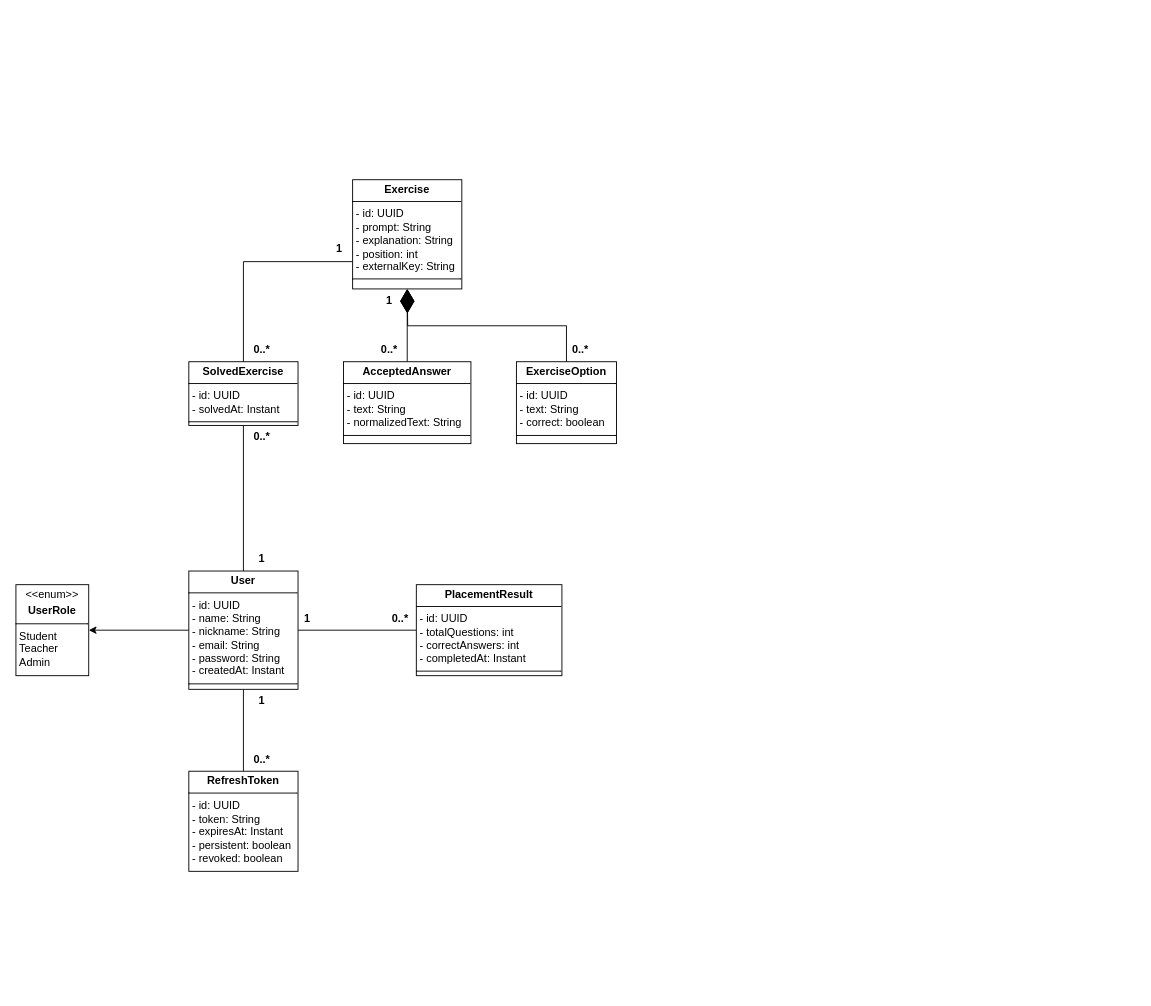
This is page "Classes" (1 of 2) of docs/diagrams/drawio/StudyEnglish Diagrams.drawio from anufrievalex2006/StudyEnglish, a draw.io file, before an edit. Source tidied: cells renumbered, new cells numbered last; positions are measured from the earlier drawing's top-left corner, leaving out a move shared by most shapes. Both pictures are drawn from the tidied source at 91%, with x=0, y=0 at pixel (15, 179).
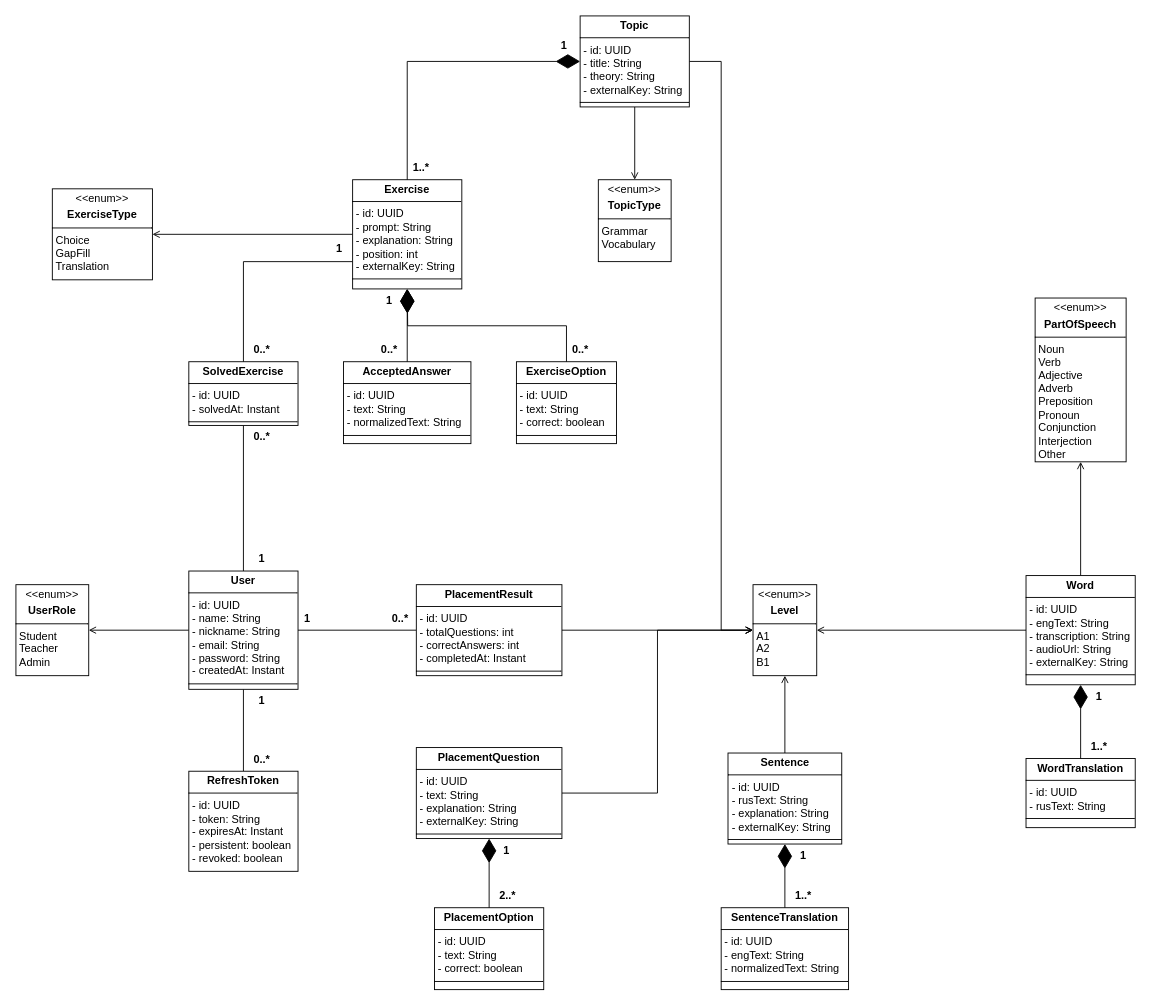
Above is the later version.

Commit message (it also covers changes not shown here):
Перерисовка диаграммы классов в draw.io + правки в юзкейсах

Unchanged cells that the change refers to:
```xml
<mxCell id="6" value="&lt;p style=&quot;margin:0px;margin-top:4px;text-align:center;&quot;&gt;&lt;b&gt;User&lt;/b&gt;&lt;/p&gt;&lt;hr size=&quot;1&quot; style=&quot;border-style:solid;&quot;&gt;&lt;p style=&quot;margin:0px;margin-left:4px;&quot;&gt;- id: UUID&lt;/p&gt;&lt;p style=&quot;margin:0px;margin-left:4px;&quot;&gt;- name: String&lt;/p&gt;&lt;p style=&quot;margin:0px;margin-left:4px;&quot;&gt;- nickname: String&lt;/p&gt;&lt;p style=&quot;margin:0px;margin-left:4px;&quot;&gt;- email: String&lt;/p&gt;&lt;p style=&quot;margin:0px;margin-left:4px;&quot;&gt;- password: String&lt;/p&gt;&lt;p style=&quot;margin:0px;margin-left:4px;&quot;&gt;- createdAt: Instant&lt;/p&gt;&lt;hr size=&quot;1&quot; style=&quot;border-style:solid;&quot;&gt;&lt;p style=&quot;margin:0px;margin-left:4px;&quot;&gt;&lt;br&gt;&lt;/p&gt;" style="verticalAlign=top;align=left;overflow=fill;html=1;whiteSpace=wrap;" parent="1" vertex="1">
  <mxGeometry x="190" y="430" width="120" height="130" as="geometry" />
</mxCell>
<mxCell id="7" value="&lt;p style=&quot;margin:0px;margin-top:4px;text-align:center;&quot;&gt;&amp;lt;&amp;lt;enum&amp;gt;&amp;gt;&lt;/p&gt;&lt;p style=&quot;margin:0px;margin-top:4px;text-align:center;&quot;&gt;&lt;b&gt;UserRole&lt;/b&gt;&lt;/p&gt;&lt;hr size=&quot;1&quot; style=&quot;border-style:solid;&quot;&gt;&lt;p style=&quot;margin:0px;margin-left:4px;&quot;&gt;Student&lt;/p&gt;&lt;p style=&quot;margin:0px;margin-left:4px;&quot;&gt;Teacher&lt;/p&gt;&lt;p style=&quot;margin:0px;margin-left:4px;&quot;&gt;Admin&lt;/p&gt;" style="verticalAlign=top;align=left;overflow=fill;html=1;whiteSpace=wrap;" parent="1" vertex="1">
  <mxGeometry y="445" width="80" height="100" as="geometry" />
</mxCell>
<mxCell id="11" value="&lt;p style=&quot;margin:0px;margin-top:4px;text-align:center;&quot;&gt;&lt;b&gt;PlacementResult&lt;/b&gt;&lt;/p&gt;&lt;hr size=&quot;1&quot; style=&quot;border-style:solid;&quot;&gt;&lt;p style=&quot;margin:0px;margin-left:4px;&quot;&gt;- id: UUID&lt;/p&gt;&lt;p style=&quot;margin:0px;margin-left:4px;&quot;&gt;- totalQuestions: int&lt;/p&gt;&lt;p style=&quot;margin:0px;margin-left:4px;&quot;&gt;- correctAnswers: int&lt;/p&gt;&lt;p style=&quot;margin:0px;margin-left:4px;&quot;&gt;- completedAt: Instant&lt;/p&gt;&lt;hr size=&quot;1&quot; style=&quot;border-style:solid;&quot;&gt;&lt;p style=&quot;margin:0px;margin-left:4px;&quot;&gt;&lt;br&gt;&lt;/p&gt;" style="verticalAlign=top;align=left;overflow=fill;html=1;whiteSpace=wrap;" parent="1" vertex="1">
  <mxGeometry x="440" y="445" width="160" height="100" as="geometry" />
</mxCell>
<mxCell id="18" value="&lt;p style=&quot;margin:0px;margin-top:4px;text-align:center;&quot;&gt;&lt;b&gt;Exercise&lt;/b&gt;&lt;/p&gt;&lt;hr size=&quot;1&quot; style=&quot;border-style:solid;&quot;&gt;&lt;p style=&quot;margin:0px;margin-left:4px;&quot;&gt;- id: UUID&lt;/p&gt;&lt;p style=&quot;margin:0px;margin-left:4px;&quot;&gt;- prompt: String&lt;/p&gt;&lt;p style=&quot;margin:0px;margin-left:4px;&quot;&gt;- explanation: String&lt;/p&gt;&lt;p style=&quot;margin:0px;margin-left:4px;&quot;&gt;- position: int&lt;/p&gt;&lt;p style=&quot;margin:0px;margin-left:4px;&quot;&gt;- externalKey: String&lt;/p&gt;&lt;hr size=&quot;1&quot; style=&quot;border-style:solid;&quot;&gt;&lt;p style=&quot;margin:0px;margin-left:4px;&quot;&gt;&lt;br&gt;&lt;/p&gt;" style="verticalAlign=top;align=left;overflow=fill;html=1;whiteSpace=wrap;" parent="1" vertex="1">
  <mxGeometry x="370" width="120" height="120" as="geometry" />
</mxCell>
```

Change to the diagram source:
```diff
@@
-    <mxCell id="2" style="edgeStyle=orthogonalEdgeStyle;rounded=0;jettySize=auto;html=1;entryX=1;entryY=0.5;entryDx=0;entryDy=0;defaultLabelBackgroundColor=page;" parent="1" edge="1" source="6" target="7">
+    <mxCell id="2" style="edgeStyle=orthogonalEdgeStyle;rounded=0;jettySize=auto;html=1;entryX=1;entryY=0.5;entryDx=0;entryDy=0;defaultLabelBackgroundColor=page;endArrow=open;endFill=0;" parent="1" edge="1" source="6" target="7">
       <mxGeometry relative="1" as="geometry" />
     </mxCell>
@@
+    <mxCell id="28" style="edgeStyle=orthogonalEdgeStyle;rounded=0;jettySize=auto;html=1;entryX=0;entryY=0.5;entryDx=0;entryDy=0;defaultLabelBackgroundColor=page;endArrow=open;endFill=0;" parent="1" edge="1" source="11" target="44">
+      <mxGeometry relative="1" as="geometry" />
+    </mxCell>
@@
+    <mxCell id="29" style="edgeStyle=orthogonalEdgeStyle;rounded=0;jettySize=auto;html=1;entryX=1;entryY=0.5;entryDx=0;entryDy=0;defaultLabelBackgroundColor=page;endArrow=open;endFill=0;" parent="1" edge="1" source="18" target="30">
+      <mxGeometry relative="1" as="geometry" />
+    </mxCell>
@@
+    <mxCell id="30" value="&lt;p style=&quot;margin:0px;margin-top:4px;text-align:center;&quot;&gt;&amp;lt;&amp;lt;enum&amp;gt;&amp;gt;&lt;/p&gt;&lt;p style=&quot;margin:0px;margin-top:4px;text-align:center;&quot;&gt;&lt;b&gt;ExerciseType&lt;/b&gt;&lt;/p&gt;&lt;hr size=&quot;1&quot; style=&quot;border-style:solid;&quot;&gt;&lt;p style=&quot;margin:0px;margin-left:4px;&quot;&gt;Choice&lt;/p&gt;&lt;p style=&quot;margin:0px;margin-left:4px;&quot;&gt;GapFill&lt;/p&gt;&lt;p style=&quot;margin:0px;margin-left:4px;&quot;&gt;Translation&lt;/p&gt;" style="verticalAlign=top;align=left;overflow=fill;html=1;whiteSpace=wrap;" parent="1" vertex="1">
+      <mxGeometry x="40" y="10" width="110" height="100" as="geometry" />
+    </mxCell>
+    <mxCell id="31" style="edgeStyle=orthogonalEdgeStyle;rounded=0;jettySize=auto;html=1;entryX=0.5;entryY=0;entryDx=0;entryDy=0;defaultLabelBackgroundColor=page;endArrow=open;endFill=0;" parent="1" edge="1" source="33" target="37">
+      <mxGeometry relative="1" as="geometry" />
+    </mxCell>
+    <mxCell id="32" style="edgeStyle=orthogonalEdgeStyle;rounded=0;jettySize=auto;html=1;entryX=0;entryY=0.5;entryDx=0;entryDy=0;defaultLabelBackgroundColor=page;endArrow=open;endFill=0;" parent="1" edge="1" source="33" target="44">
+      <mxGeometry relative="1" as="geometry" />
+    </mxCell>
+    <mxCell id="33" value="&lt;p style=&quot;margin:0px;margin-top:4px;text-align:center;&quot;&gt;&lt;b&gt;Topic&lt;/b&gt;&lt;/p&gt;&lt;hr size=&quot;1&quot; style=&quot;border-style:solid;&quot;&gt;&lt;p style=&quot;margin:0px;margin-left:4px;&quot;&gt;- id: UUID&lt;/p&gt;&lt;p style=&quot;margin:0px;margin-left:4px;&quot;&gt;- title: String&lt;/p&gt;&lt;p style=&quot;margin:0px;margin-left:4px;&quot;&gt;- theory: String&lt;/p&gt;&lt;p style=&quot;margin:0px;margin-left:4px;&quot;&gt;- externalKey: String&lt;/p&gt;&lt;hr size=&quot;1&quot; style=&quot;border-style:solid;&quot;&gt;&lt;p style=&quot;margin:0px;margin-left:4px;&quot;&gt;&lt;br&gt;&lt;/p&gt;" style="verticalAlign=top;align=left;overflow=fill;html=1;whiteSpace=wrap;" parent="1" vertex="1">
+      <mxGeometry x="620" y="-180" width="120" height="100" as="geometry" />
+    </mxCell>
+    <mxCell id="34" style="endArrow=diamondThin;endFill=1;endSize=24;html=1;rounded=0;defaultLabelBackgroundColor=page;edgeStyle=orthogonalEdgeStyle;entryX=0;entryY=0.5;entryDx=0;entryDy=0;exitX=0.5;exitY=0;exitDx=0;exitDy=0;" parent="1" edge="1" source="18" target="33">
+      <mxGeometry relative="1" as="geometry" />
+    </mxCell>
+    <mxCell id="35" value="1" style="text;align=center;fontStyle=1;verticalAlign=middle;spacingLeft=3;spacingRight=3;strokeColor=none;html=1;" parent="1" vertex="1">
+      <mxGeometry x="562" y="-160" width="80" height="26" as="geometry" />
+    </mxCell>
+    <mxCell id="36" value="1..*" style="text;align=center;fontStyle=1;verticalAlign=middle;spacingLeft=3;spacingRight=3;strokeColor=none;html=1;" parent="1" vertex="1">
+      <mxGeometry x="405" y="-26" width="80" height="26" as="geometry" />
+    </mxCell>
+    <mxCell id="37" value="&lt;p style=&quot;margin:0px;margin-top:4px;text-align:center;&quot;&gt;&amp;lt;&amp;lt;enum&amp;gt;&amp;gt;&lt;/p&gt;&lt;p style=&quot;margin:0px;margin-top:4px;text-align:center;&quot;&gt;&lt;b&gt;TopicType&lt;/b&gt;&lt;/p&gt;&lt;hr size=&quot;1&quot; style=&quot;border-style:solid;&quot;&gt;&lt;p style=&quot;margin:0px;margin-left:4px;&quot;&gt;Grammar&lt;/p&gt;&lt;p style=&quot;margin:0px;margin-left:4px;&quot;&gt;Vocabulary&lt;/p&gt;" style="verticalAlign=top;align=left;overflow=fill;html=1;whiteSpace=wrap;" parent="1" vertex="1">
+      <mxGeometry x="640" width="80" height="90" as="geometry" />
+    </mxCell>
+    <mxCell id="38" style="edgeStyle=orthogonalEdgeStyle;rounded=0;jettySize=auto;html=1;entryX=0;entryY=0.5;entryDx=0;entryDy=0;defaultLabelBackgroundColor=page;endArrow=open;endFill=0;" parent="1" edge="1" source="39" target="44">
+      <mxGeometry relative="1" as="geometry" />
+    </mxCell>
+    <mxCell id="39" value="&lt;p style=&quot;margin:0px;margin-top:4px;text-align:center;&quot;&gt;&lt;b&gt;PlacementQuestion&lt;/b&gt;&lt;/p&gt;&lt;hr size=&quot;1&quot; style=&quot;border-style:solid;&quot;&gt;&lt;p style=&quot;margin:0px;margin-left:4px;&quot;&gt;- id: UUID&lt;/p&gt;&lt;p style=&quot;margin:0px;margin-left:4px;&quot;&gt;- text: String&lt;br&gt;&lt;/p&gt;&lt;p style=&quot;margin:0px;margin-left:4px;&quot;&gt;- explanation: String&lt;/p&gt;&lt;p style=&quot;margin:0px;margin-left:4px;&quot;&gt;- externalKey: String&lt;/p&gt;&lt;hr size=&quot;1&quot; style=&quot;border-style:solid;&quot;&gt;&lt;p style=&quot;margin:0px;margin-left:4px;&quot;&gt;&lt;br&gt;&lt;/p&gt;" style="verticalAlign=top;align=left;overflow=fill;html=1;whiteSpace=wrap;" parent="1" vertex="1">
+      <mxGeometry x="440" y="624" width="160" height="100" as="geometry" />
+    </mxCell>
+    <mxCell id="40" value="&lt;p style=&quot;margin:0px;margin-top:4px;text-align:center;&quot;&gt;&lt;b&gt;PlacementOption&lt;/b&gt;&lt;/p&gt;&lt;hr size=&quot;1&quot; style=&quot;border-style:solid;&quot;&gt;&lt;p style=&quot;margin:0px;margin-left:4px;&quot;&gt;- id: UUID&lt;/p&gt;&lt;p style=&quot;margin:0px;margin-left:4px;&quot;&gt;- text: String&lt;br&gt;&lt;/p&gt;&lt;p style=&quot;margin:0px;margin-left:4px;&quot;&gt;- correct: boolean&lt;br&gt;&lt;/p&gt;&lt;hr size=&quot;1&quot; style=&quot;border-style:solid;&quot;&gt;&lt;p style=&quot;margin:0px;margin-left:4px;&quot;&gt;&lt;br&gt;&lt;/p&gt;" style="verticalAlign=top;align=left;overflow=fill;html=1;whiteSpace=wrap;" parent="1" vertex="1">
+      <mxGeometry x="460" y="800" width="120" height="90" as="geometry" />
+    </mxCell>
+    <mxCell id="41" style="endArrow=diamondThin;endFill=1;endSize=24;html=1;rounded=0;defaultLabelBackgroundColor=page;edgeStyle=orthogonalEdgeStyle;entryX=0.5;entryY=1;entryDx=0;entryDy=0;exitX=0.5;exitY=0;exitDx=0;exitDy=0;" parent="1" edge="1" source="40" target="39">
+      <mxGeometry relative="1" as="geometry" />
+    </mxCell>
+    <mxCell id="42" value="1" style="text;align=center;fontStyle=1;verticalAlign=middle;spacingLeft=3;spacingRight=3;strokeColor=none;html=1;" parent="1" vertex="1">
+      <mxGeometry x="499" y="724" width="80" height="26" as="geometry" />
+    </mxCell>
+    <mxCell id="43" value="2..*" style="text;align=center;fontStyle=1;verticalAlign=middle;spacingLeft=3;spacingRight=3;strokeColor=none;html=1;" parent="1" vertex="1">
+      <mxGeometry x="500" y="774" width="80" height="26" as="geometry" />
+    </mxCell>
+    <mxCell id="44" value="&lt;p style=&quot;margin:0px;margin-top:4px;text-align:center;&quot;&gt;&amp;lt;&amp;lt;enum&amp;gt;&amp;gt;&lt;/p&gt;&lt;p style=&quot;margin:0px;margin-top:4px;text-align:center;&quot;&gt;&lt;b&gt;Level&lt;/b&gt;&lt;/p&gt;&lt;hr size=&quot;1&quot; style=&quot;border-style:solid;&quot;&gt;&lt;p style=&quot;margin:0px;margin-left:4px;&quot;&gt;A1&lt;/p&gt;&lt;p style=&quot;margin:0px;margin-left:4px;&quot;&gt;A2&lt;/p&gt;&lt;p style=&quot;margin:0px;margin-left:4px;&quot;&gt;B1&lt;/p&gt;" style="verticalAlign=top;align=left;overflow=fill;html=1;whiteSpace=wrap;" parent="1" vertex="1">
+      <mxGeometry x="810" y="445" width="70" height="100" as="geometry" />
+    </mxCell>
+    <mxCell id="45" style="edgeStyle=orthogonalEdgeStyle;rounded=0;jettySize=auto;html=1;entryX=0.5;entryY=1;entryDx=0;entryDy=0;defaultLabelBackgroundColor=page;endArrow=open;endFill=0;" parent="1" edge="1" source="46" target="44">
+      <mxGeometry relative="1" as="geometry" />
+    </mxCell>
+    <mxCell id="46" value="&lt;p style=&quot;margin:0px;margin-top:4px;text-align:center;&quot;&gt;&lt;b&gt;Sentence&lt;/b&gt;&lt;/p&gt;&lt;hr size=&quot;1&quot; style=&quot;border-style:solid;&quot;&gt;&lt;p style=&quot;margin:0px;margin-left:4px;&quot;&gt;- id: UUID&lt;/p&gt;&lt;p style=&quot;margin:0px;margin-left:4px;&quot;&gt;- rusText: String&lt;/p&gt;&lt;p style=&quot;margin:0px;margin-left:4px;&quot;&gt;- explanation: String&lt;/p&gt;&lt;p style=&quot;margin:0px;margin-left:4px;&quot;&gt;- externalKey: String&lt;/p&gt;&lt;hr size=&quot;1&quot; style=&quot;border-style:solid;&quot;&gt;&lt;p style=&quot;margin:0px;margin-left:4px;&quot;&gt;&lt;br&gt;&lt;/p&gt;" style="verticalAlign=top;align=left;overflow=fill;html=1;whiteSpace=wrap;" parent="1" vertex="1">
+      <mxGeometry x="782.5" y="630" width="125" height="100" as="geometry" />
+    </mxCell>
+    <mxCell id="47" style="edgeStyle=orthogonalEdgeStyle;rounded=0;jettySize=auto;html=1;entryX=1;entryY=0.5;entryDx=0;entryDy=0;defaultLabelBackgroundColor=page;endArrow=open;endFill=0;" parent="1" edge="1" source="49" target="44">
+      <mxGeometry relative="1" as="geometry" />
+    </mxCell>
+    <mxCell id="48" style="edgeStyle=orthogonalEdgeStyle;rounded=0;jettySize=auto;html=1;entryX=0.5;entryY=1;entryDx=0;entryDy=0;defaultLabelBackgroundColor=page;endArrow=open;endFill=0;" parent="1" edge="1" source="49" target="58">
+      <mxGeometry relative="1" as="geometry" />
+    </mxCell>
+    <mxCell id="49" value="&lt;p style=&quot;margin:0px;margin-top:4px;text-align:center;&quot;&gt;&lt;b&gt;Word&lt;/b&gt;&lt;/p&gt;&lt;hr size=&quot;1&quot; style=&quot;border-style:solid;&quot;&gt;&lt;p style=&quot;margin:0px;margin-left:4px;&quot;&gt;- id: UUID&lt;/p&gt;&lt;p style=&quot;margin:0px;margin-left:4px;&quot;&gt;- engText: String&lt;br&gt;&lt;/p&gt;&lt;p style=&quot;margin:0px;margin-left:4px;&quot;&gt;- transcription: String&lt;/p&gt;&lt;p style=&quot;margin:0px;margin-left:4px;&quot;&gt;- audioUrl: String&lt;/p&gt;&lt;p style=&quot;margin:0px;margin-left:4px;&quot;&gt;- externalKey: String&lt;/p&gt;&lt;hr size=&quot;1&quot; style=&quot;border-style:solid;&quot;&gt;&lt;p style=&quot;margin:0px;margin-left:4px;&quot;&gt;&lt;br&gt;&lt;/p&gt;" style="verticalAlign=top;align=left;overflow=fill;html=1;whiteSpace=wrap;" parent="1" vertex="1">
+      <mxGeometry x="1110" y="435" width="120" height="120" as="geometry" />
+    </mxCell>
+    <mxCell id="50" value="&lt;p style=&quot;margin:0px;margin-top:4px;text-align:center;&quot;&gt;&lt;b&gt;SentenceTranslation&lt;/b&gt;&lt;/p&gt;&lt;hr size=&quot;1&quot; style=&quot;border-style:solid;&quot;&gt;&lt;p style=&quot;margin:0px;margin-left:4px;&quot;&gt;- id: UUID&lt;/p&gt;&lt;p style=&quot;margin:0px;margin-left:4px;&quot;&gt;- engText: String&lt;br&gt;&lt;/p&gt;&lt;p style=&quot;margin:0px;margin-left:4px;&quot;&gt;- normalizedText: String&lt;/p&gt;&lt;hr size=&quot;1&quot; style=&quot;border-style:solid;&quot;&gt;&lt;p style=&quot;margin:0px;margin-left:4px;&quot;&gt;&lt;br&gt;&lt;/p&gt;" style="verticalAlign=top;align=left;overflow=fill;html=1;whiteSpace=wrap;" parent="1" vertex="1">
+      <mxGeometry x="775" y="800" width="140" height="90" as="geometry" />
+    </mxCell>
+    <mxCell id="51" style="endArrow=diamondThin;endFill=1;endSize=24;html=1;rounded=0;defaultLabelBackgroundColor=page;edgeStyle=orthogonalEdgeStyle;entryX=0.5;entryY=1;entryDx=0;entryDy=0;exitX=0.5;exitY=0;exitDx=0;exitDy=0;" parent="1" edge="1" source="50" target="46">
+      <mxGeometry relative="1" as="geometry" />
+    </mxCell>
+    <mxCell id="52" value="1" style="text;align=center;fontStyle=1;verticalAlign=middle;spacingLeft=3;spacingRight=3;strokeColor=none;html=1;" parent="1" vertex="1">
+      <mxGeometry x="824.5" y="730" width="80" height="26" as="geometry" />
+    </mxCell>
+    <mxCell id="53" value="1..*" style="text;align=center;fontStyle=1;verticalAlign=middle;spacingLeft=3;spacingRight=3;strokeColor=none;html=1;" parent="1" vertex="1">
+      <mxGeometry x="824.5" y="774" width="80" height="26" as="geometry" />
+    </mxCell>
+    <mxCell id="54" value="&lt;p style=&quot;margin:0px;margin-top:4px;text-align:center;&quot;&gt;&lt;b&gt;WordTranslation&lt;/b&gt;&lt;/p&gt;&lt;hr size=&quot;1&quot; style=&quot;border-style:solid;&quot;&gt;&lt;p style=&quot;margin:0px;margin-left:4px;&quot;&gt;- id: UUID&lt;/p&gt;&lt;p style=&quot;margin:0px;margin-left:4px;&quot;&gt;- rusText: String&lt;br&gt;&lt;/p&gt;&lt;hr size=&quot;1&quot; style=&quot;border-style:solid;&quot;&gt;&lt;p style=&quot;margin:0px;margin-left:4px;&quot;&gt;&lt;br&gt;&lt;/p&gt;" style="verticalAlign=top;align=left;overflow=fill;html=1;whiteSpace=wrap;" parent="1" vertex="1">
+      <mxGeometry x="1110" y="636" width="120" height="76" as="geometry" />
+    </mxCell>
+    <mxCell id="55" style="endArrow=diamondThin;endFill=1;endSize=24;html=1;rounded=0;defaultLabelBackgroundColor=page;edgeStyle=orthogonalEdgeStyle;entryX=0.5;entryY=1;entryDx=0;entryDy=0;exitX=0.5;exitY=0;exitDx=0;exitDy=0;" parent="1" edge="1" source="54" target="49">
+      <mxGeometry relative="1" as="geometry" />
+    </mxCell>
+    <mxCell id="56" value="1" style="text;align=center;fontStyle=1;verticalAlign=middle;spacingLeft=3;spacingRight=3;strokeColor=none;html=1;" parent="1" vertex="1">
+      <mxGeometry x="1150" y="555" width="80" height="26" as="geometry" />
+    </mxCell>
+    <mxCell id="57" value="1..*" style="text;align=center;fontStyle=1;verticalAlign=middle;spacingLeft=3;spacingRight=3;strokeColor=none;html=1;" parent="1" vertex="1">
+      <mxGeometry x="1150" y="610" width="80" height="26" as="geometry" />
+    </mxCell>
+    <mxCell id="58" value="&lt;p style=&quot;margin:0px;margin-top:4px;text-align:center;&quot;&gt;&amp;lt;&amp;lt;enum&amp;gt;&amp;gt;&lt;/p&gt;&lt;p style=&quot;margin:0px;margin-top:4px;text-align:center;&quot;&gt;&lt;b&gt;PartOfSpeech&lt;/b&gt;&lt;/p&gt;&lt;hr size=&quot;1&quot; style=&quot;border-style:solid;&quot;&gt;&lt;p style=&quot;margin:0px;margin-left:4px;&quot;&gt;Noun&lt;/p&gt;&lt;p style=&quot;margin:0px;margin-left:4px;&quot;&gt;Verb&lt;/p&gt;&lt;p style=&quot;margin:0px;margin-left:4px;&quot;&gt;Adjective&lt;/p&gt;&lt;p style=&quot;margin:0px;margin-left:4px;&quot;&gt;Adverb&lt;/p&gt;&lt;p style=&quot;margin:0px;margin-left:4px;&quot;&gt;Preposition&lt;/p&gt;&lt;p style=&quot;margin:0px;margin-left:4px;&quot;&gt;Pronoun&lt;/p&gt;&lt;p style=&quot;margin:0px;margin-left:4px;&quot;&gt;Conjunction&lt;/p&gt;&lt;p style=&quot;margin:0px;margin-left:4px;&quot;&gt;Interjection&lt;/p&gt;&lt;p style=&quot;margin:0px;margin-left:4px;&quot;&gt;Other&lt;/p&gt;" style="verticalAlign=top;align=left;overflow=fill;html=1;whiteSpace=wrap;" parent="1" vertex="1">
+      <mxGeometry x="1120" y="130" width="100" height="180" as="geometry" />
+    </mxCell>
```
